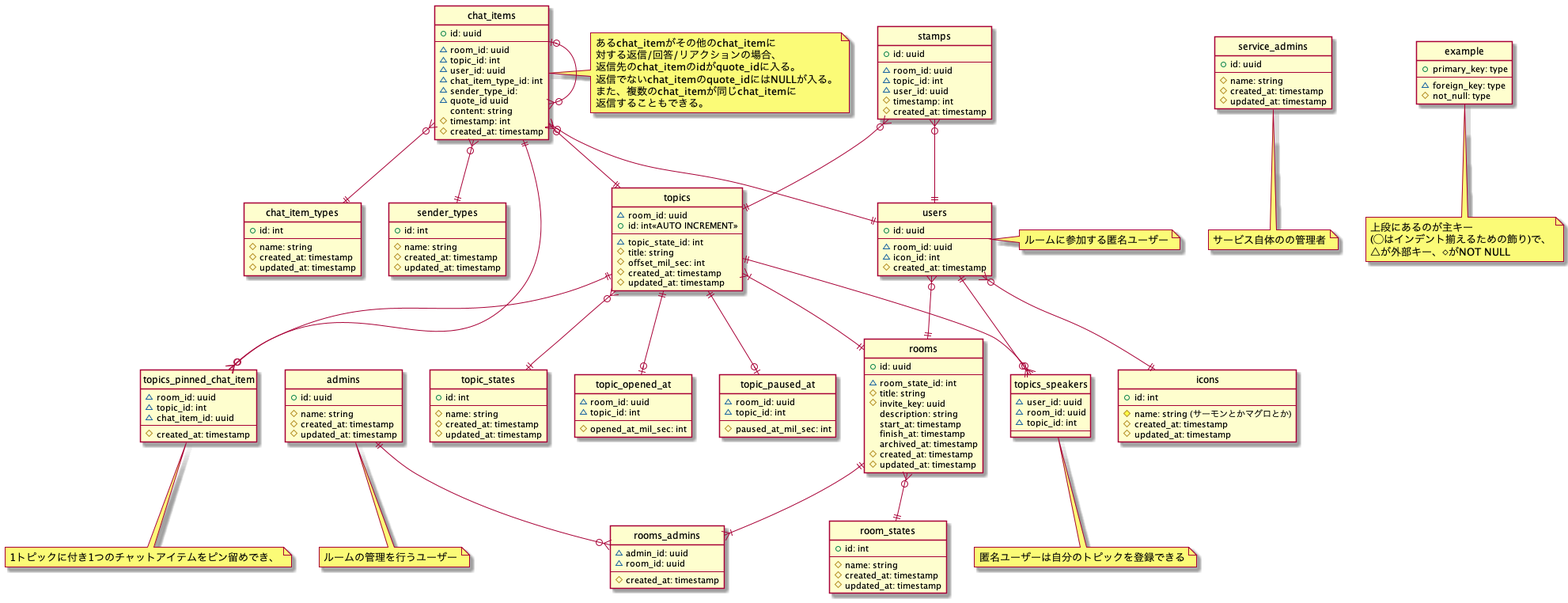
Above: doc/ER/ER_logic.png in osushi-academy/sushi-chat (PlantUML), before the change.
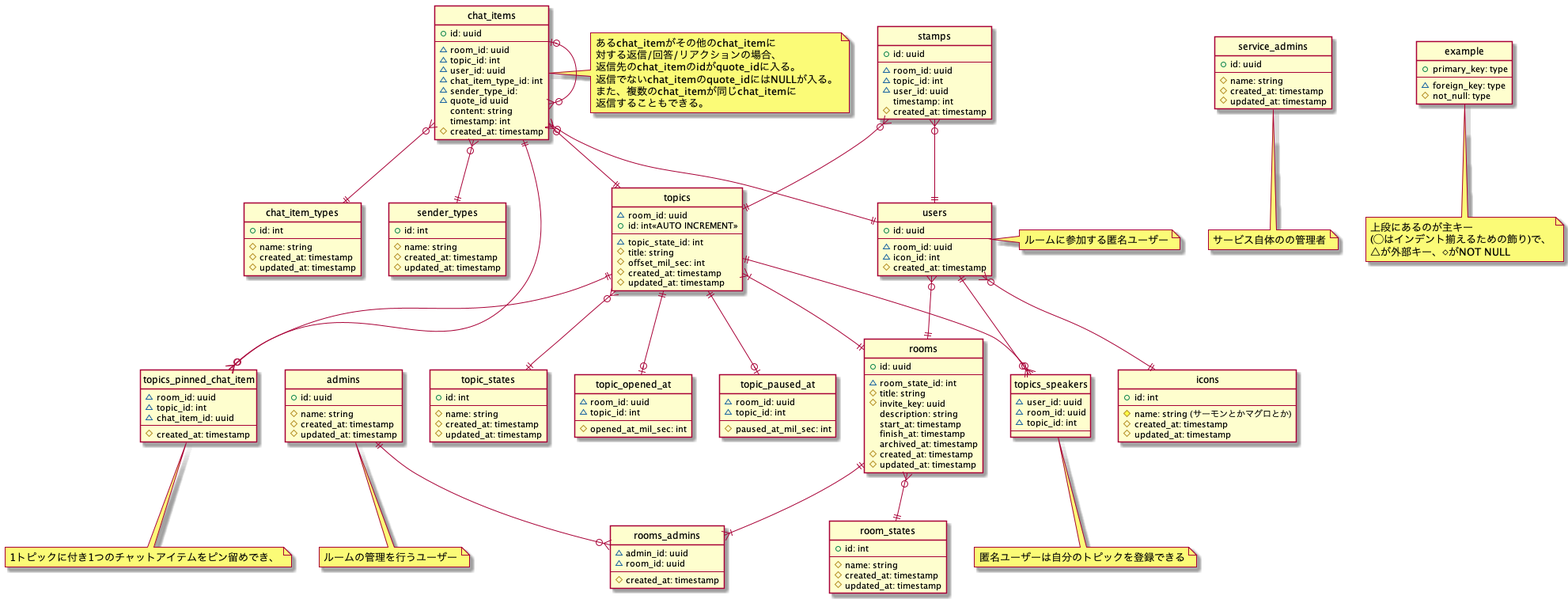
Later version of the same file.

Commit message:
made timestamp nullable

Change to the diagram source:
```diff
@@ -129,7 +129,7 @@
     ~sender_type_id:
     ~quote_id uuid
     content: string
-    #timestamp: int
+    timestamp: int
     #created_at: timestamp
 }
 note right of chat_items
@@ -163,7 +163,7 @@
     ~room_id: uuid
     ~topic_id: int
     ~user_id: uuid
-    #timestamp: int
+    timestamp: int
     #created_at: timestamp
 }
 
```
